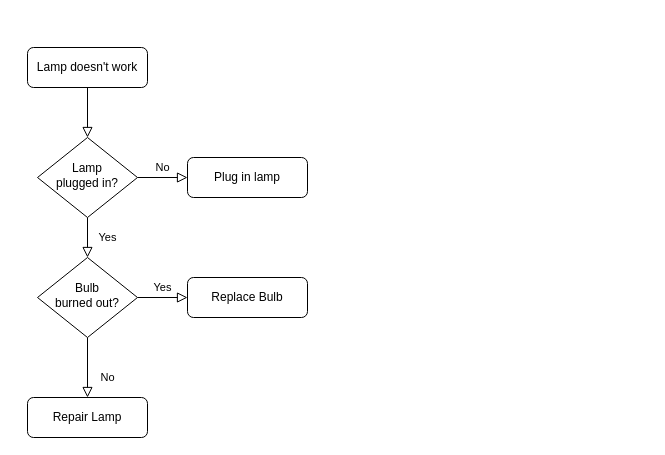
Above: option.drawio in Bonnate/Cpp_Algorithms (draw.io), before the change. Source tidied: cells renumbered, new cells numbered last; positions are measured from the earlier drawing's top-left corner, leaving out a move shared by most shapes. Both pictures are drawn from the tidied source at 100%, with x=0, y=0 at pixel (27, 47).
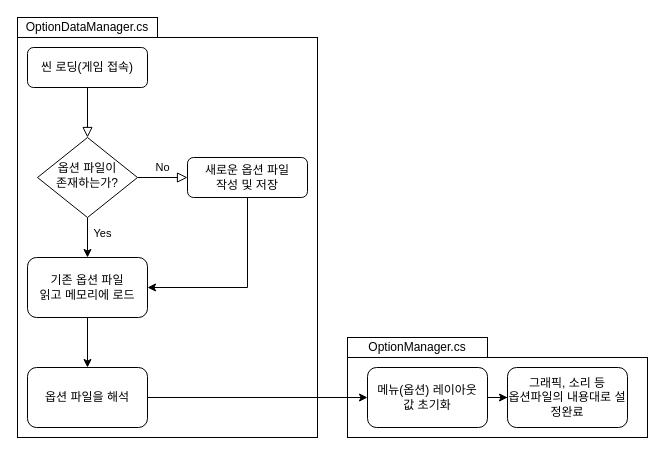
Above is the later version.

Change to the diagram source:
```diff
@@
+    <mxCell id="13" style="rounded=0;whiteSpace=wrap;html=1;fillColor=none;" parent="1" vertex="1">
+      <mxGeometry x="320" y="310" width="300" height="80" as="geometry" />
+    </mxCell>
+    <mxCell id="14" style="rounded=0;whiteSpace=wrap;html=1;fillColor=none;" parent="1" vertex="1">
+      <mxGeometry x="-10" y="-10" width="300" height="400" as="geometry" />
+    </mxCell>
@@
-    <mxCell id="3" value="Lamp doesn't work" style="rounded=1;whiteSpace=wrap;html=1;fontSize=12;glass=0;strokeWidth=1;shadow=0;" parent="1" vertex="1">
+    <mxCell id="3" value="씬 로딩(게임 접속)" style="rounded=1;whiteSpace=wrap;html=1;fontSize=12;glass=0;strokeWidth=1;shadow=0;" parent="1" vertex="1">
       <mxGeometry width="120" height="40" as="geometry" />
     </mxCell>
-    <mxCell id="4" value="Yes" style="rounded=0;html=1;jettySize=auto;fontSize=11;endArrow=block;endFill=0;endSize=8;strokeWidth=1;shadow=0;labelBackgroundColor=none;edgeStyle=orthogonalEdgeStyle;" parent="1" edge="1" source="6" target="10">
-      <mxGeometry y="20" relative="1" as="geometry" />
-    </mxCell>
@@
+    <mxCell id="15" style="edgeStyle=orthogonalEdgeStyle;rounded=0;jettySize=auto;html=1;" parent="1" edge="1" source="6" target="19">
+      <mxGeometry relative="1" as="geometry" />
+    </mxCell>
+    <mxCell id="16" value="Yes" style="edgeLabel;html=1;align=center;verticalAlign=middle;" parent="15" vertex="1">
+      <mxGeometry x="-0.27" y="-3" relative="1" as="geometry">
+        <mxPoint x="17" as="offset" />
+      </mxGeometry>
+    </mxCell>
-    <mxCell id="6" value="Lamp&lt;br&gt;plugged in?" style="rhombus;whiteSpace=wrap;html=1;shadow=0;fontFamily=Helvetica;fontSize=12;align=center;strokeWidth=1;spacing=6;spacingTop=-4;" parent="1" vertex="1">
+    <mxCell id="6" value="옵션 파일이 &lt;br&gt;존재하는가?" style="rhombus;whiteSpace=wrap;html=1;shadow=0;fontFamily=Helvetica;fontSize=12;align=center;strokeWidth=1;spacing=6;spacingTop=-4;" parent="1" vertex="1">
       <mxGeometry x="10" y="90" width="100" height="80" as="geometry" />
     </mxCell>
+    <mxCell id="17" style="edgeStyle=orthogonalEdgeStyle;rounded=0;jettySize=auto;html=1;entryX=1;entryY=0.5;entryDx=0;entryDy=0;" parent="1" edge="1" source="7" target="19">
+      <mxGeometry relative="1" as="geometry">
+        <Array as="points">
+          <mxPoint x="220" y="240" />
+        </Array>
+      </mxGeometry>
+    </mxCell>
-    <mxCell id="7" value="Plug in lamp" style="rounded=1;whiteSpace=wrap;html=1;fontSize=12;glass=0;strokeWidth=1;shadow=0;" parent="1" vertex="1">
+    <mxCell id="7" value="새로운 옵션 파일&lt;br&gt;작성 및 저장" style="rounded=1;whiteSpace=wrap;html=1;fontSize=12;glass=0;strokeWidth=1;shadow=0;" parent="1" vertex="1">
       <mxGeometry x="160" y="110" width="120" height="40" as="geometry" />
     </mxCell>
-    <mxCell id="8" value="No" style="rounded=0;html=1;jettySize=auto;fontSize=11;endArrow=block;endFill=0;endSize=8;strokeWidth=1;shadow=0;labelBackgroundColor=none;edgeStyle=orthogonalEdgeStyle;" parent="1" edge="1" source="10" target="11">
-      <mxGeometry x="0.33" y="20" relative="1" as="geometry" />
-    </mxCell>
-    <mxCell id="9" value="Yes" style="edgeStyle=orthogonalEdgeStyle;rounded=0;html=1;jettySize=auto;fontSize=11;endArrow=block;endFill=0;endSize=8;strokeWidth=1;shadow=0;labelBackgroundColor=none;" parent="1" edge="1" source="10" target="12">
-      <mxGeometry y="10" relative="1" as="geometry" />
-    </mxCell>
-    <mxCell id="10" value="Bulb&lt;br&gt;burned out?" style="rhombus;whiteSpace=wrap;html=1;shadow=0;fontFamily=Helvetica;fontSize=12;align=center;strokeWidth=1;spacing=6;spacingTop=-4;" parent="1" vertex="1">
-      <mxGeometry x="10" y="210" width="100" height="80" as="geometry" />
-    </mxCell>
-    <mxCell id="11" value="Repair Lamp" style="rounded=1;whiteSpace=wrap;html=1;fontSize=12;glass=0;strokeWidth=1;shadow=0;" parent="1" vertex="1">
-      <mxGeometry y="350" width="120" height="40" as="geometry" />
-    </mxCell>
-    <mxCell id="12" value="Replace Bulb" style="rounded=1;whiteSpace=wrap;html=1;fontSize=12;glass=0;strokeWidth=1;shadow=0;" parent="1" vertex="1">
-      <mxGeometry x="160" y="230" width="120" height="40" as="geometry" />
-    </mxCell>
+    <mxCell id="18" style="edgeStyle=orthogonalEdgeStyle;rounded=0;jettySize=auto;html=1;" parent="1" edge="1" source="19" target="21">
+      <mxGeometry relative="1" as="geometry" />
+    </mxCell>
+    <mxCell id="19" value="기존 옵션 파일&lt;br&gt;읽고 메모리에 로드" style="rounded=1;whiteSpace=wrap;html=1;" parent="1" vertex="1">
+      <mxGeometry y="210" width="120" height="60" as="geometry" />
+    </mxCell>
+    <mxCell id="20" style="edgeStyle=orthogonalEdgeStyle;rounded=0;jettySize=auto;html=1;entryX=0;entryY=0.5;entryDx=0;entryDy=0;" parent="1" edge="1" source="21" target="24">
+      <mxGeometry relative="1" as="geometry" />
+    </mxCell>
+    <mxCell id="21" value="옵션 파일을 해석" style="rounded=1;whiteSpace=wrap;html=1;" parent="1" vertex="1">
+      <mxGeometry y="320" width="120" height="60" as="geometry" />
+    </mxCell>
+    <mxCell id="22" value="OptionDataManager.cs" style="rounded=0;whiteSpace=wrap;html=1;fillColor=none;" parent="1" vertex="1">
+      <mxGeometry x="-10" y="-30" width="140" height="20" as="geometry" />
+    </mxCell>
+    <mxCell id="23" style="edgeStyle=orthogonalEdgeStyle;rounded=0;jettySize=auto;html=1;" parent="1" edge="1" source="24" target="26">
+      <mxGeometry relative="1" as="geometry" />
+    </mxCell>
+    <mxCell id="24" value="메뉴(옵션) 레이아웃&lt;br&gt;값 초기화" style="rounded=1;whiteSpace=wrap;html=1;" parent="1" vertex="1">
+      <mxGeometry x="340" y="320" width="120" height="60" as="geometry" />
+    </mxCell>
+    <mxCell id="25" value="OptionManager.cs" style="rounded=0;whiteSpace=wrap;html=1;fillColor=none;" parent="1" vertex="1">
+      <mxGeometry x="320" y="290" width="140" height="20" as="geometry" />
+    </mxCell>
+    <mxCell id="26" value="그래픽, 소리 등&lt;br&gt;옵션파일의 내용대로 설정완료" style="whiteSpace=wrap;html=1;rounded=1;" parent="1" vertex="1">
+      <mxGeometry x="480" y="320" width="120" height="60" as="geometry" />
+    </mxCell>
```
